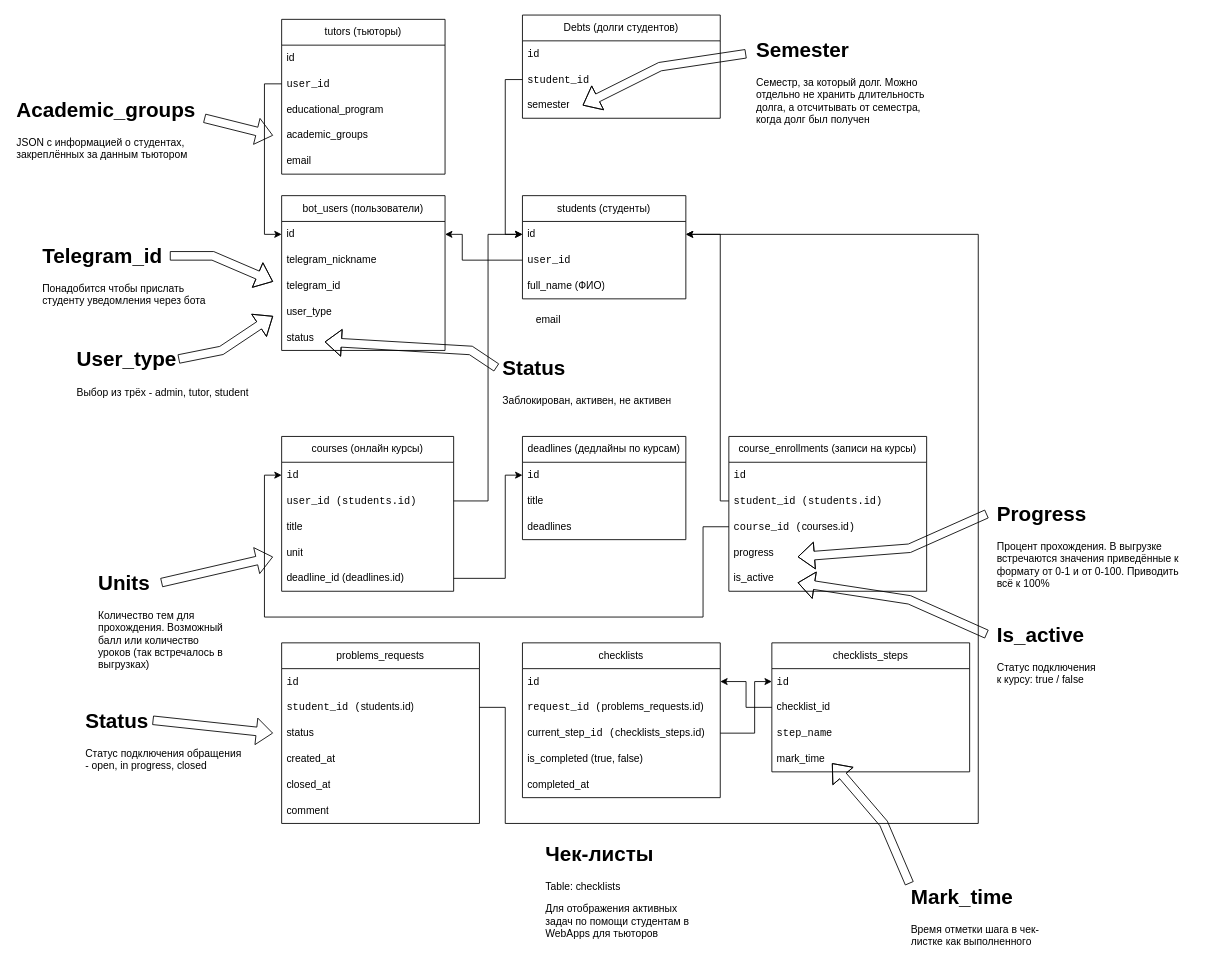
Before: Accompanying students.drawio in GeekNekoS/Draw_io, a draw.io diagram. Source tidied: cells renumbered, new cells numbered last; positions are measured from the earlier drawing's top-left corner, leaving out a move shared by most shapes. Both pictures are drawn from the tidied source at 86%, with x=0, y=0 at pixel (15, 15).
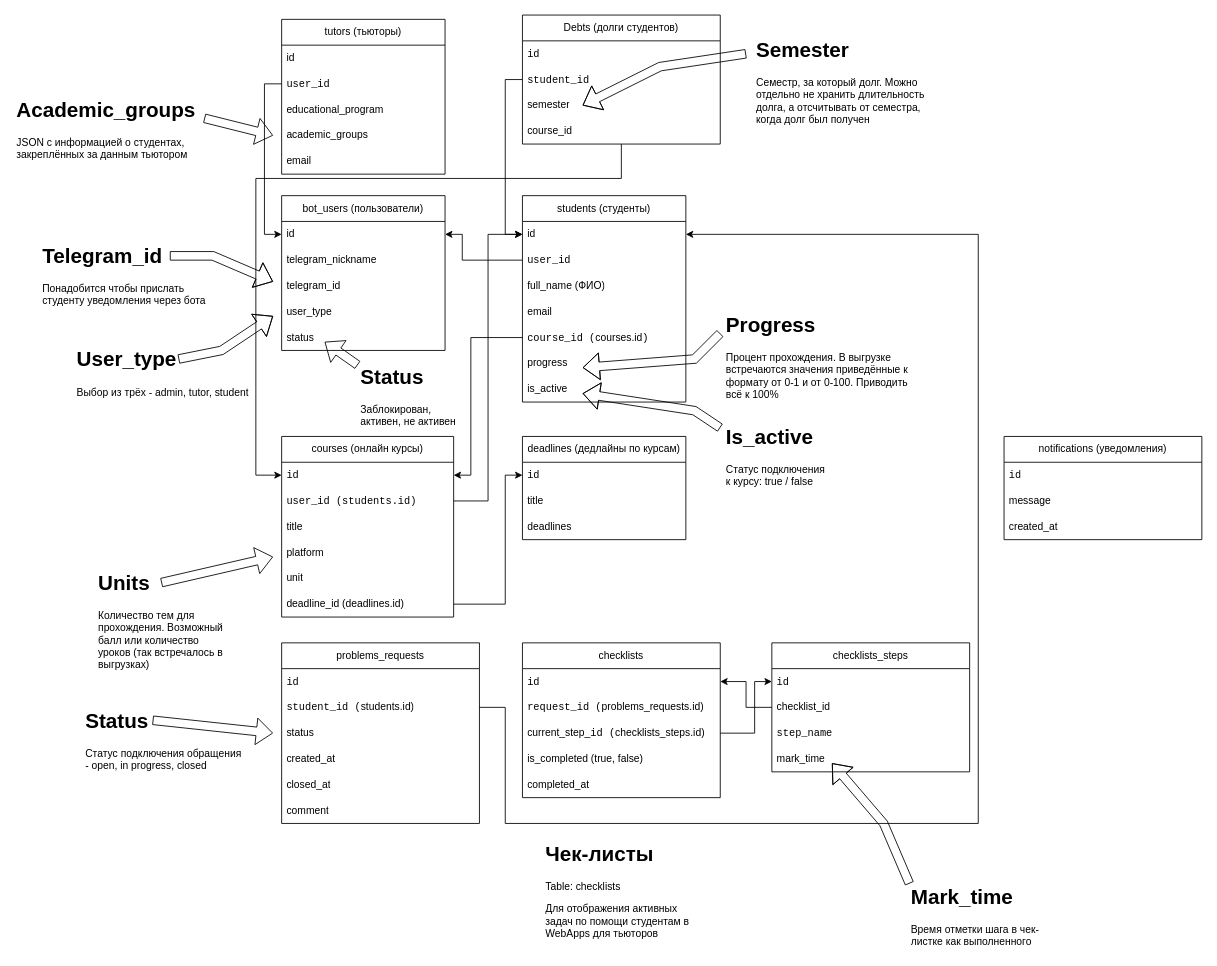
After the change.

Unchanged cells that the change refers to:
```xml
<mxCell id="3" value="&lt;code&gt;id &lt;/code&gt;" style="text;strokeColor=none;fillColor=none;align=left;verticalAlign=middle;spacingLeft=4;spacingRight=4;overflow=hidden;points=[[0,0.5],[1,0.5]];portConstraint=eastwest;whiteSpace=wrap;html=1;" parent="2" vertex="1">
  <mxGeometry y="30" width="200" height="30" as="geometry" />
</mxCell>
<mxCell id="9" value="&lt;code&gt;id&lt;br&gt;&lt;/code&gt; " style="text;strokeColor=none;fillColor=none;align=left;verticalAlign=middle;spacingLeft=4;spacingRight=4;overflow=hidden;points=[[0,0.5],[1,0.5]];portConstraint=eastwest;whiteSpace=wrap;html=1;" parent="8" vertex="1">
  <mxGeometry y="30" width="190" height="30" as="geometry" />
</mxCell>
<mxCell id="39" value="id " style="text;strokeColor=none;fillColor=none;align=left;verticalAlign=middle;spacingLeft=4;spacingRight=4;overflow=hidden;points=[[0,0.5],[1,0.5]];portConstraint=eastwest;whiteSpace=wrap;html=1;" parent="38" vertex="1">
  <mxGeometry y="30" width="190" height="30" as="geometry" />
</mxCell>
```

Diff of the diagram source:
```diff
@@
     <mxCell id="2" value="courses (онлайн курсы)" style="swimlane;fontStyle=0;horizontal=1;startSize=30;whiteSpace=wrap;html=1;" parent="1" vertex="1">
-      <mxGeometry x="310" y="490" width="200" height="180" as="geometry" />
+      <mxGeometry x="310" y="490" width="200" height="210" as="geometry" />
     </mxCell>
@@
+    <mxCell id="88" value="platform" style="text;strokeColor=none;fillColor=none;align=left;verticalAlign=middle;spacingLeft=4;spacingRight=4;overflow=hidden;whiteSpace=wrap;html=1;" parent="2" vertex="1">
+      <mxGeometry y="120" width="200" height="30" as="geometry" />
+    </mxCell>
     <mxCell id="6" value="unit" style="text;strokeColor=none;fillColor=none;align=left;verticalAlign=middle;spacingLeft=4;spacingRight=4;overflow=hidden;whiteSpace=wrap;html=1;" parent="2" vertex="1">
-      <mxGeometry y="120" width="200" height="30" as="geometry" />
+      <mxGeometry y="150" width="200" height="30" as="geometry" />
     </mxCell>
     <mxCell id="7" value="deadline_id (deadlines.id)" style="text;strokeColor=none;fillColor=none;align=left;verticalAlign=middle;spacingLeft=4;spacingRight=4;overflow=hidden;points=[[0,0.5],[1,0.5]];portConstraint=eastwest;whiteSpace=wrap;html=1;" parent="2" vertex="1">
-      <mxGeometry y="150" width="200" height="30" as="geometry" />
+      <mxGeometry y="180" width="200" height="30" as="geometry" />
     </mxCell>
@@
-    <mxCell id="12" value="course_enrollments (записи на курсы)" style="swimlane;fontStyle=0;horizontal=1;startSize=30;whiteSpace=wrap;html=1;" parent="1" vertex="1">
-      <mxGeometry x="830" y="490" width="230" height="180" as="geometry" />
-    </mxCell>
-    <mxCell id="13" value="&lt;code&gt;id &lt;/code&gt;" style="text;strokeColor=none;fillColor=none;align=left;verticalAlign=middle;spacingLeft=4;spacingRight=4;overflow=hidden;whiteSpace=wrap;html=1;" parent="12" vertex="1">
-      <mxGeometry y="30" width="230" height="30" as="geometry" />
-    </mxCell>
-    <mxCell id="14" value="&lt;code&gt;student_id (students.id)&lt;br&gt;&lt;/code&gt;" style="text;strokeColor=none;fillColor=none;align=left;verticalAlign=middle;spacingLeft=4;spacingRight=4;overflow=hidden;points=[[0,0.5],[1,0.5]];portConstraint=eastwest;whiteSpace=wrap;html=1;" parent="12" vertex="1">
-      <mxGeometry y="60" width="230" height="30" as="geometry" />
-    </mxCell>
-    <mxCell id="15" value="&lt;code&gt;course_id (&lt;/code&gt;courses.id&lt;code&gt;)&lt;br&gt;&lt;/code&gt;" style="text;strokeColor=none;fillColor=none;align=left;verticalAlign=middle;spacingLeft=4;spacingRight=4;overflow=hidden;points=[[0,0.5],[1,0.5]];portConstraint=eastwest;whiteSpace=wrap;html=1;" parent="12" vertex="1">
-      <mxGeometry y="90" width="230" height="30" as="geometry" />
-    </mxCell>
-    <mxCell id="16" style="shape=flexArrow;endArrow=classic;html=1;rounded=0;" parent="12" edge="1">
-      <mxGeometry relative="1" as="geometry">
-        <mxPoint x="300" y="90" as="sourcePoint" />
-        <mxPoint x="80" y="140" as="targetPoint" />
-        <Array as="points">
-          <mxPoint x="210" y="130" />
-        </Array>
-      </mxGeometry>
-    </mxCell>
-    <mxCell id="17" value="progress" style="text;strokeColor=none;fillColor=none;align=left;verticalAlign=middle;spacingLeft=4;spacingRight=4;overflow=hidden;whiteSpace=wrap;html=1;" parent="12" vertex="1">
-      <mxGeometry y="120" width="230" height="30" as="geometry" />
-    </mxCell>
-    <mxCell id="18" value="is_active" style="text;strokeColor=none;fillColor=none;align=left;verticalAlign=middle;spacingLeft=4;spacingRight=4;overflow=hidden;whiteSpace=wrap;html=1;" parent="12" vertex="1">
-      <mxGeometry y="150" width="230" height="30" as="geometry" />
-    </mxCell>
@@
     <mxCell id="38" value="students (студенты)" style="swimlane;fontStyle=0;horizontal=1;startSize=30;whiteSpace=wrap;html=1;" parent="1" vertex="1">
-      <mxGeometry x="590" y="210" width="190" height="120" as="geometry" />
+      <mxGeometry x="590" y="210" width="190" height="240" as="geometry" />
     </mxCell>
@@
+    <mxCell id="87" value="email" style="text;strokeColor=none;fillColor=none;align=left;verticalAlign=middle;spacingLeft=4;spacingRight=4;overflow=hidden;whiteSpace=wrap;html=1;" parent="38" vertex="1">
+      <mxGeometry y="120" width="190" height="30" as="geometry" />
+    </mxCell>
+    <mxCell id="15" value="&lt;code&gt;course_id (&lt;/code&gt;courses.id&lt;code&gt;)&lt;br&gt;&lt;/code&gt;" style="text;strokeColor=none;fillColor=none;align=left;verticalAlign=middle;spacingLeft=4;spacingRight=4;overflow=hidden;points=[[0,0.5],[1,0.5]];portConstraint=eastwest;whiteSpace=wrap;html=1;" parent="38" vertex="1">
+      <mxGeometry y="150" width="190" height="30" as="geometry" />
+    </mxCell>
+    <mxCell id="17" value="progress" style="text;strokeColor=none;fillColor=none;align=left;verticalAlign=middle;spacingLeft=4;spacingRight=4;overflow=hidden;whiteSpace=wrap;html=1;" parent="38" vertex="1">
+      <mxGeometry y="180" width="190" height="30" as="geometry" />
+    </mxCell>
+    <mxCell id="18" value="is_active" style="text;strokeColor=none;fillColor=none;align=left;verticalAlign=middle;spacingLeft=4;spacingRight=4;overflow=hidden;whiteSpace=wrap;html=1;" parent="38" vertex="1">
+      <mxGeometry y="210" width="190" height="30" as="geometry" />
+    </mxCell>
+    <mxCell id="53" style="shape=flexArrow;endArrow=classic;html=1;rounded=0;" parent="38" edge="1">
+      <mxGeometry relative="1" as="geometry">
+        <mxPoint x="230" y="270" as="sourcePoint" />
+        <mxPoint x="70" y="230" as="targetPoint" />
+        <Array as="points">
+          <mxPoint x="200" y="250" />
+        </Array>
+      </mxGeometry>
+    </mxCell>
@@
-    <mxCell id="44" style="edgeStyle=orthogonalEdgeStyle;rounded=0;jettySize=auto;html=1;entryX=1;entryY=0.5;entryDx=0;entryDy=0;" parent="1" edge="1" source="14" target="39">
-      <mxGeometry relative="1" as="geometry">
-        <Array as="points">
-          <mxPoint x="820" y="565" />
-          <mxPoint x="820" y="255" />
-        </Array>
-      </mxGeometry>
-    </mxCell>
-    <mxCell id="45" style="edgeStyle=orthogonalEdgeStyle;rounded=0;jettySize=auto;html=1;entryX=0;entryY=0.5;entryDx=0;entryDy=0;" parent="1" edge="1" source="15" target="3">
-      <mxGeometry relative="1" as="geometry">
-        <Array as="points">
-          <mxPoint x="800" y="595" />
-          <mxPoint x="800" y="700" />
-          <mxPoint x="290" y="700" />
-          <mxPoint x="290" y="535" />
-        </Array>
-      </mxGeometry>
-    </mxCell>
-    <mxCell id="46" style="edgeStyle=orthogonalEdgeStyle;rounded=0;jettySize=auto;html=1;" parent="1" edge="1" source="7" target="9">
+    <mxCell id="46" style="edgeStyle=orthogonalEdgeStyle;rounded=0;jettySize=auto;html=1;exitX=1;exitY=0.5;exitDx=0;exitDy=0;" parent="1" edge="1" source="7" target="9">
       <mxGeometry relative="1" as="geometry">
         <Array as="points">
-          <mxPoint x="570" y="655" />
+          <mxPoint x="570" y="685" />
           <mxPoint x="570" y="535" />
         </Array>
       </mxGeometry>
     </mxCell>
@@
     <mxCell id="51" value="&lt;h1 style=&quot;margin-top: 0px;&quot;&gt;Progress&lt;/h1&gt;Процент прохождения. В выгрузке встречаются значения приведённые к формату от 0-1 и от 0-100. Приводить всё к 100%" style="text;html=1;whiteSpace=wrap;overflow=hidden;rounded=0;" parent="1" vertex="1">
-      <mxGeometry x="1140" y="560" width="215" height="120" as="geometry" />
+      <mxGeometry x="825" y="340" width="215" height="120" as="geometry" />
     </mxCell>
     <mxCell id="52" value="&lt;h1 style=&quot;margin-top: 0px;&quot;&gt;Is_active&lt;/h1&gt;Статус подключения к курсу: true / false" style="text;html=1;whiteSpace=wrap;overflow=hidden;rounded=0;" parent="1" vertex="1">
-      <mxGeometry x="1140" y="700" width="120" height="90" as="geometry" />
+      <mxGeometry x="825" y="470" width="120" height="90" as="geometry" />
     </mxCell>
-    <mxCell id="53" style="shape=flexArrow;endArrow=classic;html=1;rounded=0;" parent="1" edge="1">
-      <mxGeometry relative="1" as="geometry">
-        <mxPoint x="1130" y="720" as="sourcePoint" />
-        <mxPoint x="910" y="660" as="targetPoint" />
-        <Array as="points">
-          <mxPoint x="1040" y="680" />
-        </Array>
-      </mxGeometry>
-    </mxCell>
@@
     <mxCell id="60" value="Debts (долги студентов)" style="swimlane;fontStyle=0;horizontal=1;startSize=30;whiteSpace=wrap;html=1;" parent="1" vertex="1">
-      <mxGeometry x="590" width="230" height="120" as="geometry" />
+      <mxGeometry x="590" width="230" height="150" as="geometry" />
     </mxCell>
@@
+    <mxCell id="89" value="course_id" style="text;strokeColor=none;fillColor=none;align=left;verticalAlign=middle;spacingLeft=4;spacingRight=4;overflow=hidden;points=[[0,0.5],[1,0.5]];portConstraint=eastwest;whiteSpace=wrap;html=1;" parent="60" vertex="1">
+      <mxGeometry y="120" width="230" height="30" as="geometry" />
+    </mxCell>
@@
     <mxCell id="69" value="&lt;h1 style=&quot;margin-top: 0px;&quot;&gt;Status&lt;/h1&gt;Заблокирован, активен, не активен" style="text;html=1;whiteSpace=wrap;overflow=hidden;rounded=0;" parent="1" vertex="1">
-      <mxGeometry x="565" y="390" width="215" height="70" as="geometry" />
+      <mxGeometry x="400" y="400" width="130" height="80" as="geometry" />
     </mxCell>
-    <mxCell id="70" style="shape=flexArrow;endArrow=classic;html=1;rounded=0;" parent="1" edge="1">
-      <mxGeometry relative="1" as="geometry">
-        <mxPoint x="560" y="410" as="sourcePoint" />
-        <mxPoint x="360" y="380" as="targetPoint" />
-        <Array as="points">
-          <mxPoint x="530" y="390" />
-        </Array>
-      </mxGeometry>
-    </mxCell>
@@
-    <mxCell id="87" value="email" style="text;strokeColor=none;fillColor=none;align=left;verticalAlign=middle;spacingLeft=4;spacingRight=4;overflow=hidden;whiteSpace=wrap;html=1;" parent="1" vertex="1">
-      <mxGeometry x="600" y="340" width="190" height="30" as="geometry" />
-    </mxCell>
+    <mxCell id="90" style="edgeStyle=orthogonalEdgeStyle;rounded=0;jettySize=auto;html=1;entryX=0;entryY=0.5;entryDx=0;entryDy=0;" parent="1" edge="1" source="89" target="3">
+      <mxGeometry relative="1" as="geometry">
+        <Array as="points">
+          <mxPoint x="705" y="190" />
+          <mxPoint x="280" y="190" />
+          <mxPoint x="280" y="535" />
+        </Array>
+      </mxGeometry>
+    </mxCell>
+    <mxCell id="91" style="shape=flexArrow;endArrow=classic;html=1;rounded=0;exitX=-0.012;exitY=0.088;exitDx=0;exitDy=0;exitPerimeter=0;" parent="1" edge="1" source="69">
+      <mxGeometry relative="1" as="geometry">
+        <mxPoint x="360" y="380" as="targetPoint" />
+      </mxGeometry>
+    </mxCell>
+    <mxCell id="45" style="edgeStyle=orthogonalEdgeStyle;rounded=0;jettySize=auto;html=1;entryX=1;entryY=0.5;entryDx=0;entryDy=0;" parent="1" edge="1" source="15" target="3">
+      <mxGeometry relative="1" as="geometry">
+        <Array as="points">
+          <mxPoint x="530" y="375" />
+          <mxPoint x="530" y="535" />
+        </Array>
+      </mxGeometry>
+    </mxCell>
+    <mxCell id="16" style="shape=flexArrow;endArrow=classic;html=1;rounded=0;" parent="1" edge="1">
+      <mxGeometry relative="1" as="geometry">
+        <mxPoint x="820" y="370" as="sourcePoint" />
+        <mxPoint x="660" y="410" as="targetPoint" />
+        <Array as="points">
+          <mxPoint x="790" y="400" />
+        </Array>
+      </mxGeometry>
+    </mxCell>
+    <mxCell id="92" value="notifications (уведомления)" style="swimlane;fontStyle=0;horizontal=1;startSize=30;whiteSpace=wrap;html=1;" parent="1" vertex="1">
+      <mxGeometry x="1150" y="490" width="230" height="120" as="geometry" />
+    </mxCell>
+    <mxCell id="13" value="&lt;code&gt;id&lt;br&gt;&lt;/code&gt; " style="text;strokeColor=none;fillColor=none;align=left;verticalAlign=middle;spacingLeft=4;spacingRight=4;overflow=hidden;whiteSpace=wrap;html=1;" parent="92" vertex="1">
+      <mxGeometry y="30" width="230" height="30" as="geometry" />
+    </mxCell>
+    <mxCell id="93" value="message" style="text;strokeColor=none;fillColor=none;align=left;verticalAlign=middle;spacingLeft=4;spacingRight=4;overflow=hidden;whiteSpace=wrap;html=1;" parent="92" vertex="1">
+      <mxGeometry y="60" width="230" height="30" as="geometry" />
+    </mxCell>
+    <mxCell id="94" value="created_at" style="text;strokeColor=none;fillColor=none;align=left;verticalAlign=middle;spacingLeft=4;spacingRight=4;overflow=hidden;whiteSpace=wrap;html=1;" parent="92" vertex="1">
+      <mxGeometry y="90" width="230" height="30" as="geometry" />
+    </mxCell>
```
